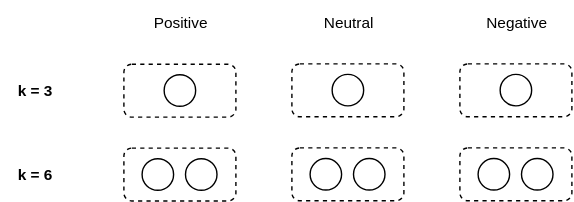
Above: drawio/flowcharts/fewshot_flowchart.drawio.svg in sara-kaczmarek/LLMB4ABSC (draw.io), before the change. Source tidied: cells renumbered, new cells last; positions are measured from the earlier drawing's top-left corner, leaving out a move shared by most shapes.
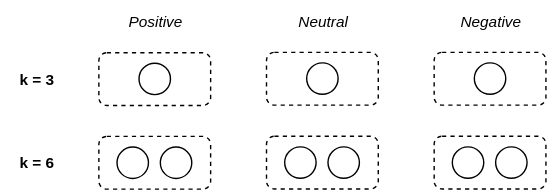
Above is the later version.

Change to the diagram source:
```diff
@@ -3,19 +3,19 @@
     <mxCell id="0" />
     <mxCell id="1" parent="0" />
     <mxCell id="2" value="&lt;b&gt;&lt;font&gt;k = 3&lt;/font&gt;&lt;/b&gt;" style="text;html=1;align=center;verticalAlign=middle;strokeColor=none;fillColor=none;fontSize=11;" parent="1" vertex="1">
-      <mxGeometry y="49.1" width="50" height="30" as="geometry" />
+      <mxGeometry x="19" y="49.1" width="50" height="30" as="geometry" />
     </mxCell>
     <mxCell id="3" value="&lt;b&gt;&lt;font&gt;k = 6&lt;/font&gt;&lt;/b&gt;" style="text;html=1;align=center;verticalAlign=middle;strokeColor=none;fillColor=none;fontSize=11;" parent="1" vertex="1">
-      <mxGeometry y="109" width="50" height="30" as="geometry" />
+      <mxGeometry x="19" y="109" width="50" height="30" as="geometry" />
     </mxCell>
-    <mxCell id="4" value="&lt;span&gt;&lt;span style=&quot;font-weight: normal;&quot;&gt;Positive&lt;/span&gt;&lt;/span&gt;" style="text;html=1;align=center;verticalAlign=middle;strokeColor=none;fillColor=none;fontStyle=1;fontSize=11;" parent="1" vertex="1">
-      <mxGeometry x="99" width="60" height="30" as="geometry" />
+    <mxCell id="4" value="&lt;span&gt;&lt;span style=&quot;font-weight: normal;&quot;&gt;&lt;i&gt;Positive&lt;/i&gt;&lt;/span&gt;&lt;/span&gt;" style="text;html=1;align=center;verticalAlign=middle;strokeColor=none;fillColor=none;fontStyle=1;fontSize=11;" parent="1" vertex="1">
+      <mxGeometry x="99" y="8" width="60" height="30" as="geometry" />
     </mxCell>
-    <mxCell id="5" value="&lt;span&gt;&lt;span style=&quot;font-weight: normal;&quot;&gt;Neutral&lt;/span&gt;&lt;/span&gt;" style="text;html=1;align=center;verticalAlign=middle;strokeColor=none;fillColor=none;fontStyle=1;fontSize=11;" parent="1" vertex="1">
-      <mxGeometry x="219" width="60" height="30" as="geometry" />
+    <mxCell id="5" value="&lt;span&gt;&lt;span style=&quot;font-weight: normal;&quot;&gt;&lt;i&gt;Neutral&lt;/i&gt;&lt;/span&gt;&lt;/span&gt;" style="text;html=1;align=center;verticalAlign=middle;strokeColor=none;fillColor=none;fontStyle=1;fontSize=11;" parent="1" vertex="1">
+      <mxGeometry x="219" y="8" width="60" height="30" as="geometry" />
     </mxCell>
-    <mxCell id="6" value="&lt;span&gt;&lt;span style=&quot;font-weight: normal;&quot;&gt;Negative&lt;/span&gt;&lt;/span&gt;" style="text;html=1;align=center;verticalAlign=middle;strokeColor=none;fillColor=none;fontStyle=1;fontSize=11;" parent="1" vertex="1">
-      <mxGeometry x="334" width="70" height="30" as="geometry" />
+    <mxCell id="6" value="&lt;span&gt;&lt;span style=&quot;font-weight: normal;&quot;&gt;&lt;i&gt;Negative&lt;/i&gt;&lt;/span&gt;&lt;/span&gt;" style="text;html=1;align=center;verticalAlign=middle;strokeColor=none;fillColor=none;fontStyle=1;fontSize=11;" parent="1" vertex="1">
+      <mxGeometry x="334" y="8" width="70" height="30" as="geometry" />
     </mxCell>
     <mxCell id="7" style="group;" parent="1" vertex="1">
       <mxGeometry x="89" y="45.2" width="80" height="37.8" as="geometry" />
```
